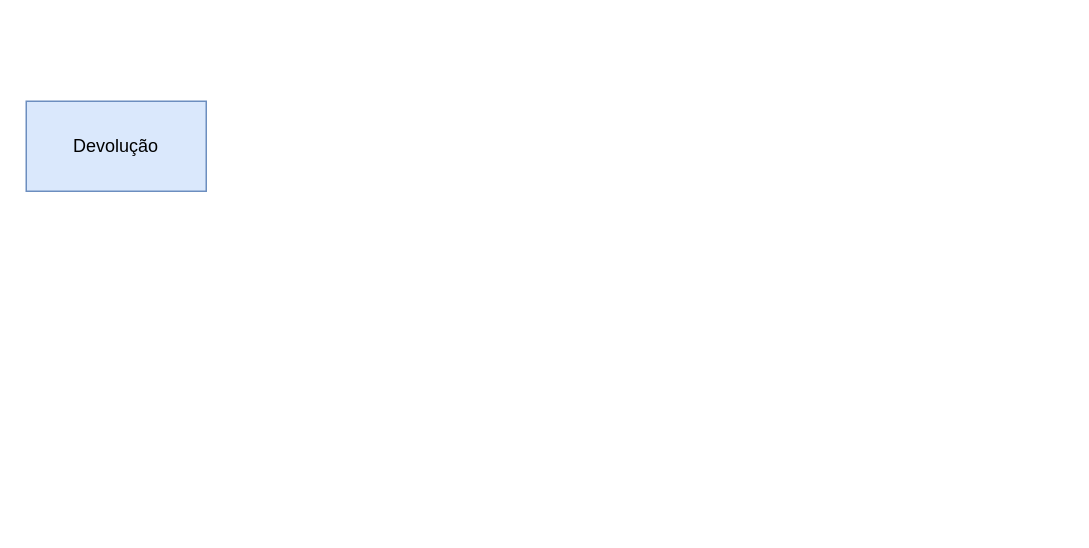
igopotypi/IGORARTES keeps this draw.io diagram as Untitled Diagram.drawio. Above is the earlier version. Source tidied: cells renumbered, new cells numbered last; positions are measured from the earlier drawing's top-left corner, leaving out a move shared by most shapes. Both pictures are drawn from the tidied source at 150%, with x=0, y=0 at pixel (26, 100).
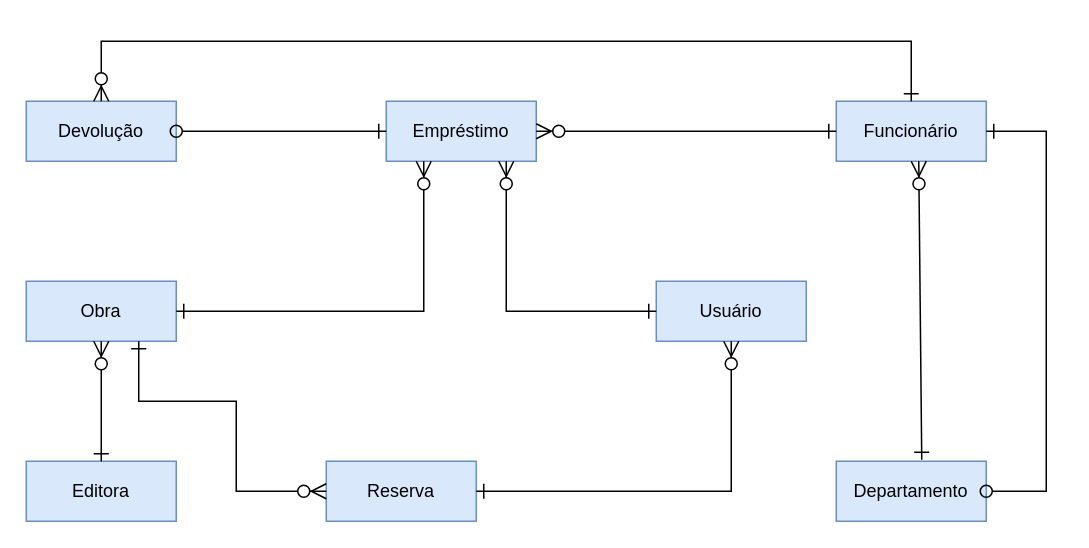
After the change.

What changed in the source:
```diff
@@
+    <mxCell id="3" value="Obra" style="whiteSpace=wrap;html=1;align=center;fillColor=#dae8fc;strokeColor=#6c8ebf;" parent="1" vertex="1">
+      <mxGeometry y="120" width="100" height="40" as="geometry" />
+    </mxCell>
-    <mxCell id="2" value="Devolução" style="rounded=0;whiteSpace=wrap;html=1;fillColor=#dae8fc;strokeColor=#6c8ebf;" parent="1" vertex="1">
-      <mxGeometry width="120" height="60" as="geometry" />
+    <mxCell id="2" value="Devolução" style="whiteSpace=wrap;html=1;align=center;fillColor=#dae8fc;strokeColor=#6c8ebf;" parent="1" vertex="1">
+      <mxGeometry width="100" height="40" as="geometry" />
     </mxCell>
+    <mxCell id="4" value="Editora" style="whiteSpace=wrap;html=1;align=center;fillColor=#dae8fc;strokeColor=#6c8ebf;" parent="1" vertex="1">
+      <mxGeometry y="240" width="100" height="40" as="geometry" />
+    </mxCell>
+    <mxCell id="5" value="Empréstimo" style="whiteSpace=wrap;html=1;align=center;fillColor=#dae8fc;strokeColor=#6c8ebf;" parent="1" vertex="1">
+      <mxGeometry x="240" width="100" height="40" as="geometry" />
+    </mxCell>
+    <mxCell id="6" value="Funcionário" style="whiteSpace=wrap;html=1;align=center;fillColor=#dae8fc;strokeColor=#6c8ebf;" parent="1" vertex="1">
+      <mxGeometry x="540" width="100" height="40" as="geometry" />
+    </mxCell>
+    <mxCell id="7" value="Usuário" style="whiteSpace=wrap;html=1;align=center;fillColor=#dae8fc;strokeColor=#6c8ebf;" parent="1" vertex="1">
+      <mxGeometry x="420" y="120" width="100" height="40" as="geometry" />
+    </mxCell>
+    <mxCell id="8" value="Reserva" style="whiteSpace=wrap;html=1;align=center;fillColor=#dae8fc;strokeColor=#6c8ebf;" parent="1" vertex="1">
+      <mxGeometry x="200" y="240" width="100" height="40" as="geometry" />
+    </mxCell>
+    <mxCell id="9" value="Departamento" style="whiteSpace=wrap;html=1;align=center;fillColor=#dae8fc;strokeColor=#6c8ebf;" parent="1" vertex="1">
+      <mxGeometry x="540" y="240" width="100" height="40" as="geometry" />
+    </mxCell>
+    <mxCell id="10" style="endArrow=ERone;html=1;rounded=0;endFill=0;startArrow=oval;startFill=0;entryX=0;entryY=0.5;entryDx=0;entryDy=0;exitX=1;exitY=0.5;exitDx=0;exitDy=0;endSize=8;targetPerimeterSpacing=2;sourcePerimeterSpacing=2;startSize=8;" parent="1" edge="1" source="2" target="5">
+      <mxGeometry relative="1" as="geometry" />
+    </mxCell>
+    <mxCell id="11" style="endArrow=ERone;html=1;rounded=0;endFill=0;startArrow=ERzeroToMany;startFill=1;entryX=0;entryY=0.5;entryDx=0;entryDy=0;exitX=1;exitY=0.5;exitDx=0;exitDy=0;endSize=8;targetPerimeterSpacing=2;sourcePerimeterSpacing=2;startSize=8;" parent="1" edge="1" source="5" target="6">
+      <mxGeometry relative="1" as="geometry" />
+    </mxCell>
+    <mxCell id="12" style="endArrow=ERone;html=1;rounded=0;endFill=0;startArrow=ERzeroToMany;startFill=1;entryX=0.5;entryY=0;entryDx=0;entryDy=0;exitX=0.5;exitY=0;exitDx=0;exitDy=0;endSize=8;targetPerimeterSpacing=2;sourcePerimeterSpacing=2;startSize=8;" parent="1" edge="1" source="2" target="6">
+      <mxGeometry relative="1" as="geometry">
+        <Array as="points">
+          <mxPoint x="50" y="-40" />
+          <mxPoint x="590" y="-40" />
+        </Array>
+      </mxGeometry>
+    </mxCell>
+    <mxCell id="13" style="endArrow=ERzeroToMany;html=1;rounded=0;endFill=1;startArrow=ERone;startFill=0;exitX=0.57;exitY=-0.025;exitDx=0;exitDy=0;exitPerimeter=0;endSize=8;targetPerimeterSpacing=2;sourcePerimeterSpacing=2;startSize=8;" parent="1" edge="1" source="9">
+      <mxGeometry relative="1" as="geometry">
+        <mxPoint x="595" y="40" as="targetPoint" />
+      </mxGeometry>
+    </mxCell>
+    <mxCell id="14" style="endArrow=ERone;html=1;rounded=0;endFill=0;startArrow=oval;startFill=0;entryX=1;entryY=0.5;entryDx=0;entryDy=0;exitX=1;exitY=0.5;exitDx=0;exitDy=0;endSize=8;targetPerimeterSpacing=2;sourcePerimeterSpacing=2;startSize=8;" parent="1" edge="1" source="9" target="6">
+      <mxGeometry relative="1" as="geometry">
+        <Array as="points">
+          <mxPoint x="680" y="260" />
+          <mxPoint x="680" y="20" />
+        </Array>
+      </mxGeometry>
+    </mxCell>
+    <mxCell id="15" style="endArrow=ERzeroToMany;html=1;rounded=0;endFill=1;startArrow=ERone;startFill=0;exitX=0;exitY=0.5;exitDx=0;exitDy=0;endSize=8;targetPerimeterSpacing=2;sourcePerimeterSpacing=2;startSize=8;" parent="1" edge="1" source="7">
+      <mxGeometry relative="1" as="geometry">
+        <mxPoint x="320" y="40" as="targetPoint" />
+        <Array as="points">
+          <mxPoint x="320" y="140" />
+        </Array>
+      </mxGeometry>
+    </mxCell>
+    <mxCell id="16" style="endArrow=ERzeroToMany;html=1;rounded=0;endFill=1;startArrow=ERone;startFill=0;entryX=0.25;entryY=1;entryDx=0;entryDy=0;exitX=1;exitY=0.5;exitDx=0;exitDy=0;endSize=8;targetPerimeterSpacing=2;sourcePerimeterSpacing=2;startSize=8;" parent="1" edge="1" source="3" target="5">
+      <mxGeometry relative="1" as="geometry">
+        <Array as="points">
+          <mxPoint x="265" y="140" />
+        </Array>
+      </mxGeometry>
+    </mxCell>
+    <mxCell id="17" style="endArrow=ERzeroToMany;html=1;rounded=0;endFill=1;startArrow=ERone;startFill=0;exitX=0.5;exitY=0;exitDx=0;exitDy=0;endSize=8;targetPerimeterSpacing=2;sourcePerimeterSpacing=2;startSize=8;" parent="1" edge="1" source="4">
+      <mxGeometry relative="1" as="geometry">
+        <mxPoint x="50" y="160" as="targetPoint" />
+      </mxGeometry>
+    </mxCell>
+    <mxCell id="18" style="endArrow=ERzeroToMany;html=1;rounded=0;endFill=1;startArrow=ERone;startFill=0;entryX=0.5;entryY=1;entryDx=0;entryDy=0;exitX=1;exitY=0.5;exitDx=0;exitDy=0;endSize=8;targetPerimeterSpacing=2;sourcePerimeterSpacing=2;startSize=8;" parent="1" edge="1" source="8" target="7">
+      <mxGeometry relative="1" as="geometry">
+        <Array as="points">
+          <mxPoint x="470" y="260" />
+        </Array>
+      </mxGeometry>
+    </mxCell>
+    <mxCell id="19" style="endArrow=ERzeroToMany;html=1;rounded=0;endFill=1;startArrow=ERone;startFill=0;entryX=0;entryY=0.5;entryDx=0;entryDy=0;exitX=0.75;exitY=1;exitDx=0;exitDy=0;endSize=8;targetPerimeterSpacing=2;sourcePerimeterSpacing=2;startSize=8;" parent="1" edge="1" source="3" target="8">
+      <mxGeometry relative="1" as="geometry">
+        <Array as="points">
+          <mxPoint x="75" y="200" />
+          <mxPoint x="140" y="200" />
+          <mxPoint x="140" y="260" />
+        </Array>
+      </mxGeometry>
+    </mxCell>
```
